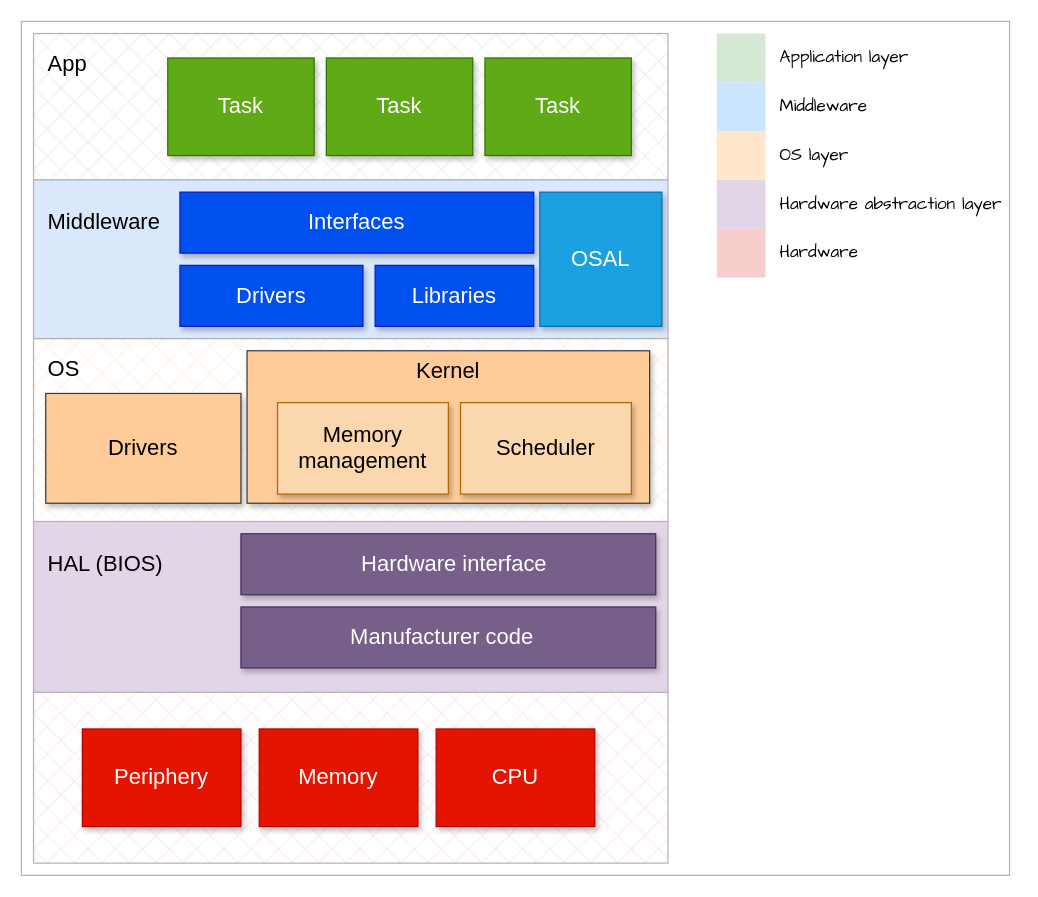
The draw.io diagram page "OS Structure" (2 of 7) of assets/OS.drawio in braboj/tutorial-os, before the edit. Source tidied: cells renumbered, new cells numbered last; positions are measured from the earlier drawing's top-left corner, leaving out a move shared by most shapes. Both pictures are drawn from the tidied source at 122%, with x=0, y=0 at pixel (21, 21).
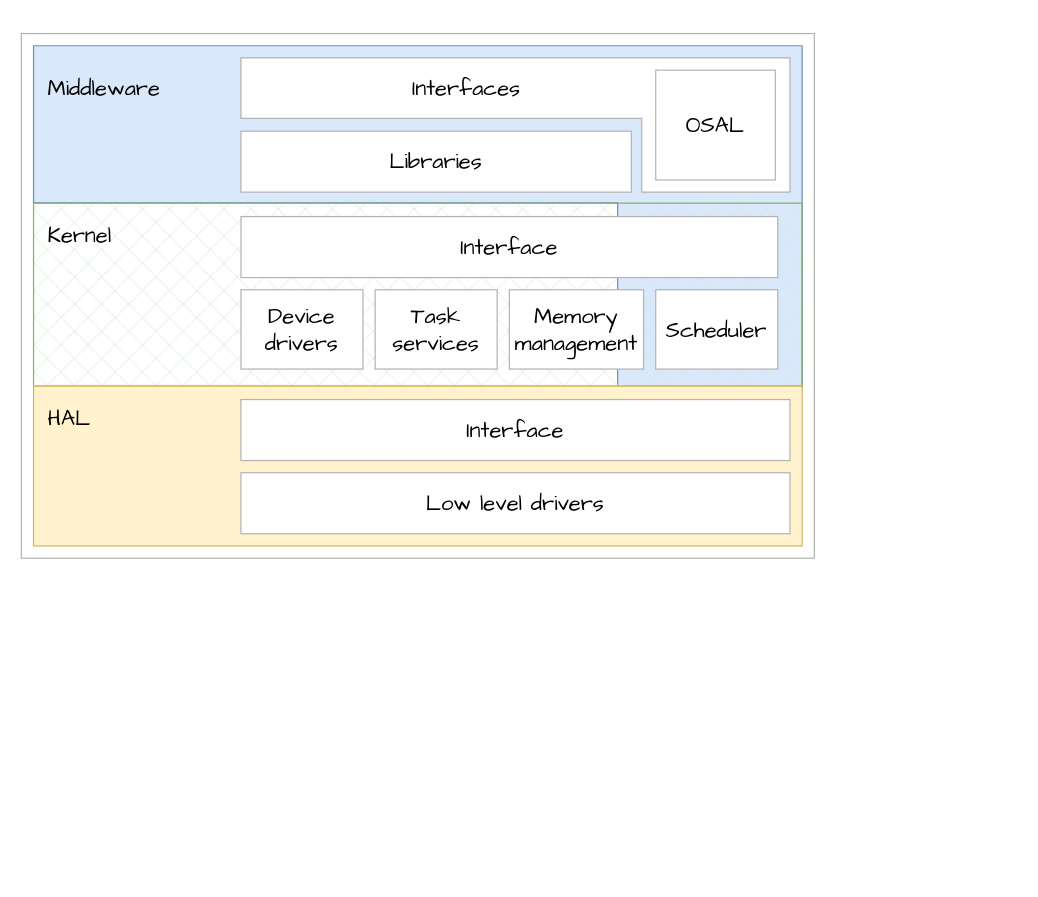
Above is the later version.

Diff of the diagram source:
```diff
@@
-    <mxCell id="2" style="rounded=0;whiteSpace=wrap;html=1;strokeColor=#B3B3B3;" parent="1" vertex="1">
-      <mxGeometry width="810" height="700" as="geometry" />
+    <mxCell id="2" style="rounded=0;whiteSpace=wrap;html=1;strokeColor=#B3B3B3;fontFamily=Comic Sans MS;" parent="1" vertex="1">
+      <mxGeometry y="10" width="650" height="430" as="geometry" />
     </mxCell>
+    <mxCell id="41" style="verticalLabelPosition=bottom;verticalAlign=top;html=1;shape=mxgraph.basic.polygon;polyCoords=[[0.25,0],[0.75,0],[1,0],[1,1],[0.76,1],[0.76,0.46],[0,0.46],[0,0]];polyline=0;shadow=0;fontFamily=Comic Sans MS;fontSize=18;strokeColor=#6c8ebf;fillColor=#dae8fc;" parent="1" vertex="1">
+      <mxGeometry x="10" y="20" width="630" height="280" as="geometry" />
+    </mxCell>
-    <mxCell id="3" style="rounded=0;whiteSpace=wrap;html=1;sketch=0;shadow=0;fillStyle=cross-hatch;fillColor=#ffe6cc;strokeColor=#B3B3B3;" parent="1" vertex="1">
-      <mxGeometry x="10" y="260" width="520" height="150" as="geometry" />
+    <mxCell id="3" style="rounded=0;whiteSpace=wrap;html=1;shadow=0;fillStyle=cross-hatch;strokeColor=#82b366;fontFamily=Comic Sans MS;fillColor=#d5e8d4;" parent="1" vertex="1">
+      <mxGeometry x="10" y="149" width="630" height="150" as="geometry" />
     </mxCell>
-    <mxCell id="4" style="rounded=0;whiteSpace=wrap;html=1;sketch=0;shadow=0;fillStyle=cross-hatch;fillColor=#fad9d5;strokeColor=#B3B3B3;" parent="1" vertex="1">
-      <mxGeometry x="10" y="550" width="520" height="140" as="geometry" />
-    </mxCell>
-    <mxCell id="5" style="rounded=0;whiteSpace=wrap;html=1;sketch=0;shadow=0;fillStyle=cross-hatch;fillColor=#d5e8d4;strokeColor=#B3B3B3;" parent="1" vertex="1">
-      <mxGeometry x="10" y="10" width="520" height="120" as="geometry" />
-    </mxCell>
-    <mxCell id="6" style="rounded=0;whiteSpace=wrap;html=1;fillColor=#dae8fc;strokeColor=#B3B3B3;shadow=0;glass=0;" parent="1" vertex="1">
-      <mxGeometry x="10" y="130" width="520" height="130" as="geometry" />
-    </mxCell>
-    <mxCell id="7" value="Periphery" style="rounded=0;whiteSpace=wrap;html=1;fillColor=#e51400;strokeColor=#B20000;glass=0;shadow=1;fontColor=#ffffff;fontSize=18;" parent="1" vertex="1">
-      <mxGeometry x="50" y="580" width="130" height="80" as="geometry" />
-    </mxCell>
-    <mxCell id="8" value="Drivers" style="rounded=0;whiteSpace=wrap;html=1;fillColor=#ffcc99;strokeColor=#36393d;glass=0;shadow=1;fontSize=18;" parent="1" vertex="1">
-      <mxGeometry x="20" y="305" width="160" height="90" as="geometry" />
-    </mxCell>
-    <mxCell id="9" style="rounded=0;whiteSpace=wrap;html=1;fillColor=#f8cecc;strokeColor=none;" parent="1" vertex="1">
-      <mxGeometry x="570" y="170" width="40" height="40" as="geometry" />
-    </mxCell>
-    <mxCell id="10" style="rounded=0;whiteSpace=wrap;html=1;fillColor=#d5e8d4;strokeColor=none;" parent="1" vertex="1">
-      <mxGeometry x="570" y="10" width="40" height="40" as="geometry" />
-    </mxCell>
-    <mxCell id="11" style="rounded=0;whiteSpace=wrap;html=1;strokeColor=none;fillColor=#ffe6cc;" parent="1" vertex="1">
-      <mxGeometry x="570" y="90" width="40" height="40" as="geometry" />
-    </mxCell>
-    <mxCell id="12" value="Application layer" style="text;html=1;strokeColor=none;fillColor=none;align=left;verticalAlign=middle;whiteSpace=wrap;rounded=0;shadow=1;glass=0;sketch=1;fillStyle=cross-hatch;fontFamily=Comic Sans MS;fontSize=14;" parent="1" vertex="1">
-      <mxGeometry x="620" y="10" width="190" height="40" as="geometry" />
-    </mxCell>
-    <mxCell id="13" value="OS layer" style="text;html=1;strokeColor=none;fillColor=none;align=left;verticalAlign=middle;whiteSpace=wrap;rounded=0;shadow=1;glass=0;sketch=1;fillStyle=cross-hatch;fontFamily=Comic Sans MS;fontSize=14;" parent="1" vertex="1">
-      <mxGeometry x="620" y="90" width="190" height="40" as="geometry" />
-    </mxCell>
-    <mxCell id="14" value="Hardware abstraction layer" style="text;html=1;strokeColor=none;fillColor=none;align=left;verticalAlign=middle;whiteSpace=wrap;rounded=0;shadow=1;glass=0;sketch=1;fillStyle=cross-hatch;fontFamily=Comic Sans MS;fontSize=14;" parent="1" vertex="1">
-      <mxGeometry x="620" y="130" width="190" height="40" as="geometry" />
-    </mxCell>
-    <mxCell id="15" value="Task" style="rounded=0;whiteSpace=wrap;html=1;fillColor=#60a917;strokeColor=#2D7600;shadow=1;glass=0;fontColor=#ffffff;fontSize=18;" parent="1" vertex="1">
-      <mxGeometry x="380" y="30" width="120" height="80" as="geometry" />
-    </mxCell>
-    <mxCell id="16" value="Interfaces" style="rounded=0;whiteSpace=wrap;html=1;glass=0;shadow=1;fillColor=#0050ef;strokeColor=#001DBC;fontColor=#ffffff;fontSize=18;" parent="1" vertex="1">
-      <mxGeometry x="130" y="140" width="290" height="50" as="geometry" />
-    </mxCell>
-    <mxCell id="17" value="Libraries" style="rounded=0;whiteSpace=wrap;html=1;glass=0;shadow=1;fillColor=#0050ef;strokeColor=#001DBC;fontColor=#ffffff;fontSize=18;" parent="1" vertex="1">
-      <mxGeometry x="290" y="200" width="130" height="50" as="geometry" />
-    </mxCell>
-    <mxCell id="18" value="Drivers" style="rounded=0;whiteSpace=wrap;html=1;glass=0;shadow=1;fillColor=#0050ef;strokeColor=#001DBC;fontColor=#ffffff;fontSize=18;" parent="1" vertex="1">
-      <mxGeometry x="130" y="200" width="150" height="50" as="geometry" />
-    </mxCell>
-    <mxCell id="19" style="rounded=0;whiteSpace=wrap;html=1;fillColor=#e1d5e7;strokeColor=none;" parent="1" vertex="1">
-      <mxGeometry x="570" y="130" width="40" height="40" as="geometry" />
-    </mxCell>
-    <mxCell id="20" value="Hardware" style="text;html=1;strokeColor=none;fillColor=none;align=left;verticalAlign=middle;whiteSpace=wrap;rounded=0;shadow=1;glass=0;sketch=1;fillStyle=cross-hatch;fontFamily=Comic Sans MS;fontSize=14;" parent="1" vertex="1">
-      <mxGeometry x="620" y="170" width="190" height="40" as="geometry" />
-    </mxCell>
-    <mxCell id="21" value="Middleware" style="text;html=1;strokeColor=none;fillColor=none;align=left;verticalAlign=middle;whiteSpace=wrap;rounded=0;shadow=1;glass=0;sketch=1;fillStyle=cross-hatch;fontFamily=Comic Sans MS;fontSize=14;" parent="1" vertex="1">
-      <mxGeometry x="620" y="50" width="190" height="40" as="geometry" />
-    </mxCell>
-    <mxCell id="22" style="rounded=0;whiteSpace=wrap;html=1;strokeColor=none;fillColor=#cce5ff;" parent="1" vertex="1">
-      <mxGeometry x="570" y="50" width="40" height="40" as="geometry" />
-    </mxCell>
-    <mxCell id="23" style="rounded=0;whiteSpace=wrap;html=1;fillColor=#e1d5e7;strokeColor=#B3B3B3;glass=0;shadow=0;" parent="1" vertex="1">
-      <mxGeometry x="10" y="410" width="520" height="140" as="geometry" />
+    <mxCell id="23" style="rounded=0;whiteSpace=wrap;html=1;glass=0;shadow=0;strokeColor=#d6b656;fontFamily=Comic Sans MS;fontSize=16;fillColor=#fff2cc;" parent="1" vertex="1">
+      <mxGeometry x="10" y="299" width="630" height="131" as="geometry" />
     </mxCell>
-    <mxCell id="24" value="Memory" style="rounded=0;whiteSpace=wrap;html=1;fillColor=#e51400;strokeColor=#B20000;glass=0;shadow=1;fontColor=#ffffff;fontSize=18;" parent="1" vertex="1">
-      <mxGeometry x="195" y="580" width="130" height="80" as="geometry" />
-    </mxCell>
-    <mxCell id="25" value="CPU" style="rounded=0;whiteSpace=wrap;html=1;fillColor=#e51400;strokeColor=#B20000;glass=0;shadow=1;fontColor=#ffffff;fontSize=18;" parent="1" vertex="1">
-      <mxGeometry x="340" y="580" width="130" height="80" as="geometry" />
-    </mxCell>
-    <mxCell id="26" value="OS" style="text;html=1;strokeColor=none;fillColor=none;align=left;verticalAlign=middle;whiteSpace=wrap;rounded=0;shadow=0;glass=0;sketch=0;fillStyle=auto;fontFamily=Helvetica;fontSize=18;fontColor=#000000;" parent="1" vertex="1">
-      <mxGeometry x="20" y="270" width="60" height="30" as="geometry" />
+    <mxCell id="26" value="Kernel" style="text;html=1;align=left;verticalAlign=middle;whiteSpace=wrap;rounded=0;shadow=0;glass=0;fillStyle=auto;fontFamily=Comic Sans MS;fontSize=18;" parent="1" vertex="1">
+      <mxGeometry x="20" y="160" width="60" height="30" as="geometry" />
     </mxCell>
-    <mxCell id="27" value="Middleware" style="text;html=1;strokeColor=none;fillColor=none;align=left;verticalAlign=middle;whiteSpace=wrap;rounded=0;shadow=0;glass=0;sketch=0;fillStyle=auto;fontFamily=Helvetica;fontSize=18;fontColor=#000000;" parent="1" vertex="1">
-      <mxGeometry x="20" y="150" width="100" height="30" as="geometry" />
+    <mxCell id="27" value="Middleware" style="text;html=1;align=left;verticalAlign=middle;whiteSpace=wrap;rounded=0;shadow=0;glass=0;fillStyle=auto;fontFamily=Comic Sans MS;fontSize=18;" parent="1" vertex="1">
+      <mxGeometry x="20" y="40" width="100" height="30" as="geometry" />
     </mxCell>
-    <mxCell id="28" value="App" style="text;html=1;strokeColor=none;fillColor=none;align=left;verticalAlign=middle;whiteSpace=wrap;rounded=0;shadow=0;glass=0;sketch=0;fillStyle=auto;fontFamily=Helvetica;fontSize=18;fontColor=#000000;" parent="1" vertex="1">
-      <mxGeometry x="20" y="20" width="60" height="30" as="geometry" />
-    </mxCell>
-    <mxCell id="29" value="Task" style="rounded=0;whiteSpace=wrap;html=1;fillColor=#60a917;strokeColor=#2D7600;shadow=1;glass=0;fontColor=#ffffff;fontSize=18;" parent="1" vertex="1">
-      <mxGeometry x="250" y="30" width="120" height="80" as="geometry" />
-    </mxCell>
-    <mxCell id="30" value="Task" style="rounded=0;whiteSpace=wrap;html=1;fillColor=#60a917;strokeColor=#2D7600;shadow=1;glass=0;fontColor=#ffffff;fontSize=18;" parent="1" vertex="1">
-      <mxGeometry x="120" y="30" width="120" height="80" as="geometry" />
-    </mxCell>
-    <mxCell id="31" value="HAL (BIOS)" style="text;html=1;strokeColor=none;fillColor=none;align=left;verticalAlign=middle;whiteSpace=wrap;rounded=0;shadow=0;glass=0;sketch=0;fillStyle=auto;fontFamily=Helvetica;fontSize=18;fontColor=#000000;" parent="1" vertex="1">
-      <mxGeometry x="20" y="430" width="100" height="30" as="geometry" />
-    </mxCell>
-    <mxCell id="32" style="rounded=0;whiteSpace=wrap;html=1;glass=0;shadow=1;fillColor=#76608a;strokeColor=#432D57;fontColor=#ffffff;" parent="1" vertex="1">
-      <mxGeometry x="180" y="420" width="340" height="50" as="geometry" />
-    </mxCell>
-    <mxCell id="33" value="Hardware interface" style="text;html=1;align=center;verticalAlign=middle;whiteSpace=wrap;rounded=0;shadow=0;glass=0;sketch=0;fillStyle=auto;fontFamily=Helvetica;fontSize=18;fontColor=#FFFFFF;" parent="1" vertex="1">
-      <mxGeometry x="210" y="430" width="290" height="30" as="geometry" />
-    </mxCell>
-    <mxCell id="34" style="rounded=0;whiteSpace=wrap;html=1;glass=0;shadow=1;fillColor=#76608a;strokeColor=#432D57;fontColor=#ffffff;" parent="1" vertex="1">
-      <mxGeometry x="180" y="480" width="340" height="50" as="geometry" />
-    </mxCell>
-    <mxCell id="35" value="Manufacturer code" style="text;html=1;align=center;verticalAlign=middle;whiteSpace=wrap;rounded=0;shadow=0;glass=0;sketch=0;fillStyle=auto;fontFamily=Helvetica;fontSize=18;fontColor=#FFFFFF;" parent="1" vertex="1">
-      <mxGeometry x="200" y="490" width="290" height="30" as="geometry" />
-    </mxCell>
-    <mxCell id="36" value="OSAL" style="rounded=0;whiteSpace=wrap;html=1;glass=0;shadow=1;fillColor=#1ba1e2;strokeColor=#006EAF;fontColor=#ffffff;fontSize=18;" parent="1" vertex="1">
-      <mxGeometry x="425" y="140" width="100" height="110" as="geometry" />
-    </mxCell>
-    <mxCell id="37" style="rounded=0;whiteSpace=wrap;html=1;strokeColor=#36393d;fillColor=#ffcc99;glass=0;shadow=1;fontSize=18;" parent="1" vertex="1">
-      <mxGeometry x="185" y="270" width="330" height="125" as="geometry" />
-    </mxCell>
-    <mxCell id="38" value="Memory management" style="rounded=0;whiteSpace=wrap;html=1;strokeColor=#b46504;fillColor=#fad7ac;glass=0;shadow=1;fontSize=18;" parent="1" vertex="1">
-      <mxGeometry x="210" y="312.5" width="140" height="75" as="geometry" />
+    <mxCell id="38" value="Memory management" style="rounded=0;whiteSpace=wrap;html=1;glass=0;shadow=0;fontSize=18;strokeColor=#B3B3B3;fontFamily=Comic Sans MS;" parent="1" vertex="1">
+      <mxGeometry x="400" y="220" width="110" height="65" as="geometry" />
     </mxCell>
-    <mxCell id="39" value="Scheduler" style="rounded=0;whiteSpace=wrap;html=1;strokeColor=#b46504;fillColor=#fad7ac;glass=0;shadow=1;fontSize=18;" parent="1" vertex="1">
-      <mxGeometry x="360" y="312.5" width="140" height="75" as="geometry" />
+    <mxCell id="39" value="Scheduler" style="rounded=0;whiteSpace=wrap;html=1;glass=0;shadow=0;fontSize=18;strokeColor=#B3B3B3;fontFamily=Comic Sans MS;" parent="1" vertex="1">
+      <mxGeometry x="520" y="220" width="100" height="65" as="geometry" />
     </mxCell>
-    <mxCell id="40" value="Kernel" style="text;html=1;strokeColor=none;fillColor=none;align=center;verticalAlign=middle;whiteSpace=wrap;rounded=0;shadow=0;glass=0;sketch=0;fillStyle=auto;fontFamily=Helvetica;fontSize=18;fontColor=#000000;" parent="1" vertex="1">
-      <mxGeometry x="190" y="272" width="320" height="30" as="geometry" />
-    </mxCell>
+    <mxCell id="42" value="Interface" style="rounded=0;whiteSpace=wrap;html=1;glass=0;shadow=0;fontSize=18;strokeColor=#B3B3B3;fontFamily=Comic Sans MS;" parent="1" vertex="1">
+      <mxGeometry x="180" y="160" width="440" height="50" as="geometry" />
+    </mxCell>
+    <mxCell id="43" value="Task services" style="rounded=0;whiteSpace=wrap;html=1;glass=0;shadow=0;fontSize=18;strokeColor=#B3B3B3;fontFamily=Comic Sans MS;" parent="1" vertex="1">
+      <mxGeometry x="290" y="220" width="100" height="65" as="geometry" />
+    </mxCell>
+    <mxCell id="44" value="Device drivers" style="rounded=0;whiteSpace=wrap;html=1;glass=0;shadow=0;fontSize=18;strokeColor=#B3B3B3;fontFamily=Comic Sans MS;" parent="1" vertex="1">
+      <mxGeometry x="180" y="220" width="100" height="65" as="geometry" />
+    </mxCell>
+    <mxCell id="45" value="HAL" style="text;html=1;align=left;verticalAlign=middle;whiteSpace=wrap;rounded=0;shadow=0;glass=0;fillStyle=auto;fontFamily=Comic Sans MS;fontSize=18;" parent="1" vertex="1">
+      <mxGeometry x="20" y="310" width="60" height="30" as="geometry" />
+    </mxCell>
+    <mxCell id="46" value="Interface" style="rounded=0;whiteSpace=wrap;html=1;glass=0;shadow=0;fontSize=18;strokeColor=#B3B3B3;fontFamily=Comic Sans MS;" parent="1" vertex="1">
+      <mxGeometry x="180" y="310" width="450" height="50" as="geometry" />
+    </mxCell>
+    <mxCell id="47" value="Low level drivers" style="rounded=0;whiteSpace=wrap;html=1;glass=0;shadow=0;fontSize=18;strokeColor=#B3B3B3;fontFamily=Comic Sans MS;" parent="1" vertex="1">
+      <mxGeometry x="180" y="370" width="450" height="50" as="geometry" />
+    </mxCell>
+    <mxCell id="48" style="verticalLabelPosition=bottom;verticalAlign=top;html=1;shape=mxgraph.basic.polygon;polyCoords=[[0.25,0],[0.75,0],[1,0],[1,1],[0.73,1],[0.73,0.45],[0,0.45],[0,0]];polyline=0;shadow=0;fontFamily=Comic Sans MS;fontSize=18;strokeColor=#B3B3B3;" parent="1" vertex="1">
+      <mxGeometry x="180" y="30" width="450" height="110" as="geometry" />
+    </mxCell>
+    <mxCell id="17" value="Libraries" style="rounded=0;whiteSpace=wrap;html=1;glass=0;shadow=0;fontSize=18;strokeColor=#B3B3B3;fontFamily=Comic Sans MS;" parent="1" vertex="1">
+      <mxGeometry x="180" y="90" width="320" height="50" as="geometry" />
+    </mxCell>
+    <mxCell id="36" value="OSAL" style="rounded=0;whiteSpace=wrap;html=1;glass=0;shadow=0;fontSize=18;strokeColor=#B3B3B3;fontFamily=Comic Sans MS;" parent="1" vertex="1">
+      <mxGeometry x="520" y="40" width="98" height="90" as="geometry" />
+    </mxCell>
+    <mxCell id="16" value="Interfaces" style="text;html=1;strokeColor=none;fillColor=none;align=center;verticalAlign=middle;whiteSpace=wrap;rounded=0;shadow=0;fontFamily=Comic Sans MS;fontSize=18;" parent="1" vertex="1">
+      <mxGeometry x="300" y="40" width="130" height="30" as="geometry" />
+    </mxCell>
```
